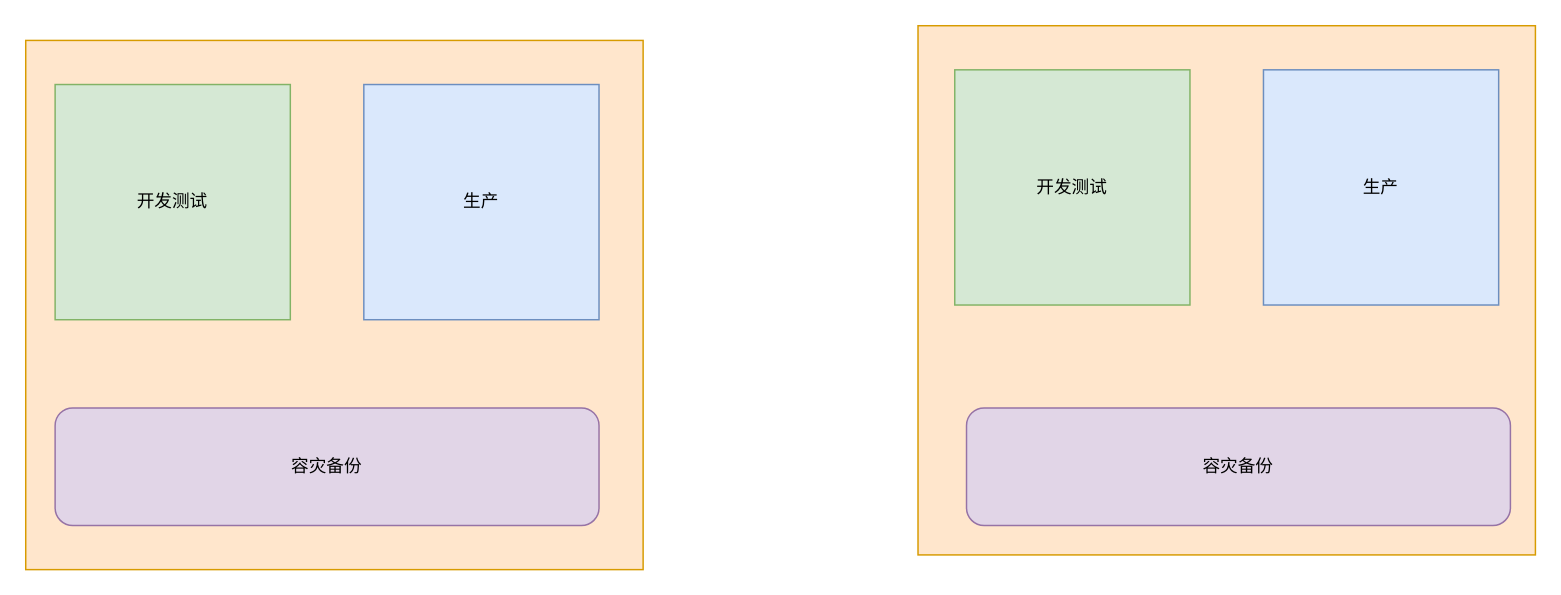
This is Untitled Diagram.drawio from ChangeSub/BoyHan, a draw.io file, before an edit. Source tidied: cells renumbered, new cells numbered last; positions are measured from the earlier drawing's top-left corner, leaving out a move shared by most shapes. Both pictures are drawn from the tidied source at 147%, with x=0, y=0 at pixel (25, 25).
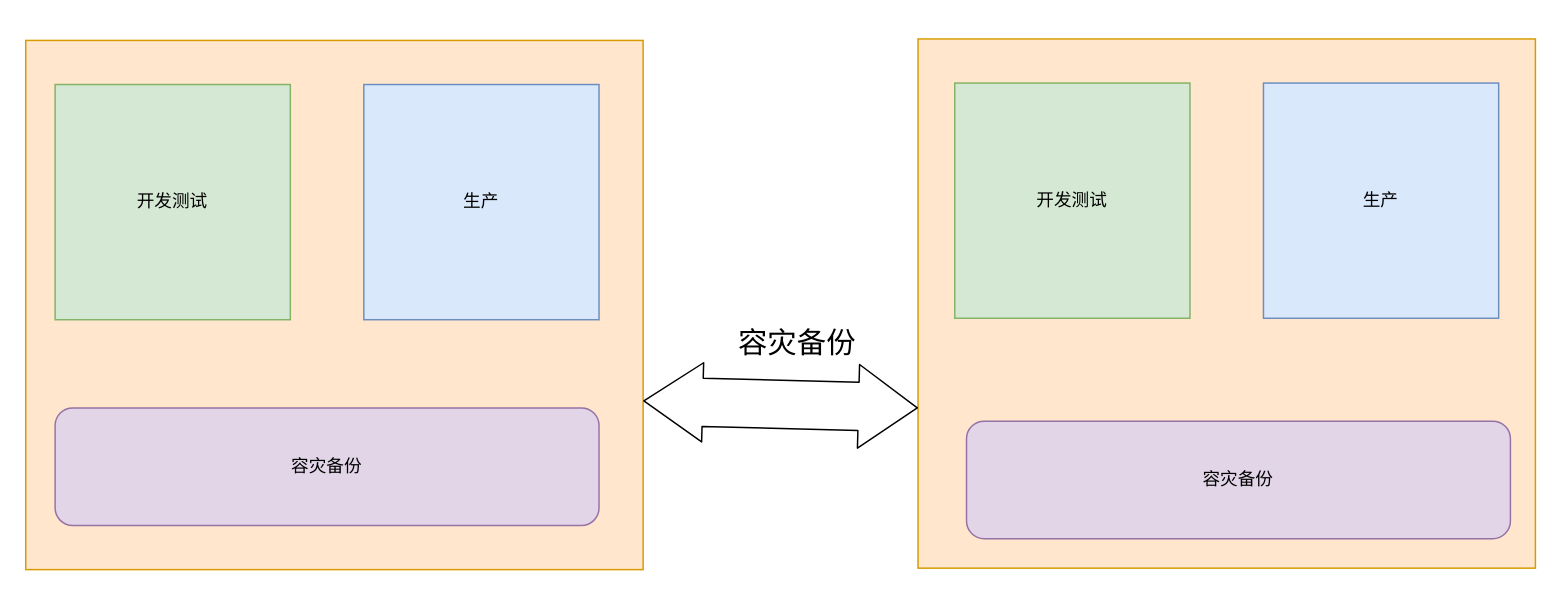
After the change.

Diff of the diagram source:
```diff
@@
 <mxGraphModel>
   <root>
     <mxCell id="0" />
     <mxCell id="1" parent="0" />
     <mxCell id="2" style="rounded=0;whiteSpace=wrap;html=1;fillColor=#ffe6cc;strokeColor=#d79b00;" parent="1" vertex="1">
       <mxGeometry y="10" width="420" height="360" as="geometry" />
     </mxCell>
     <mxCell id="3" style="rounded=0;whiteSpace=wrap;html=1;fillColor=#ffe6cc;strokeColor=#d79b00;" parent="1" vertex="1">
-      <mxGeometry x="607" width="420" height="360" as="geometry" />
+      <mxGeometry x="607" y="9" width="420" height="360" as="geometry" />
     </mxCell>
     <mxCell id="4" value="开发测试" style="whiteSpace=wrap;html=1;fillColor=#d5e8d4;strokeColor=#82b366;" parent="1" vertex="1">
       <mxGeometry x="20" y="40" width="160" height="160" as="geometry" />
     </mxCell>
     <mxCell id="5" value="生产" style="whiteSpace=wrap;html=1;fillColor=#dae8fc;strokeColor=#6c8ebf;" parent="1" vertex="1">
       <mxGeometry x="230" y="40" width="160" height="160" as="geometry" />
     </mxCell>
     <mxCell id="6" value="开发测试" style="whiteSpace=wrap;html=1;fillColor=#d5e8d4;strokeColor=#82b366;" parent="1" vertex="1">
-      <mxGeometry x="632" y="30" width="160" height="160" as="geometry" />
+      <mxGeometry x="632" y="39" width="160" height="160" as="geometry" />
     </mxCell>
     <mxCell id="7" value="生产" style="whiteSpace=wrap;html=1;fillColor=#dae8fc;strokeColor=#6c8ebf;" parent="1" vertex="1">
-      <mxGeometry x="842" y="30" width="160" height="160" as="geometry" />
+      <mxGeometry x="842" y="39" width="160" height="160" as="geometry" />
     </mxCell>
     <mxCell id="8" value="容灾备份" style="rounded=1;whiteSpace=wrap;html=1;fillColor=#e1d5e7;strokeColor=#9673a6;" parent="1" vertex="1">
       <mxGeometry x="20" y="260" width="370" height="80" as="geometry" />
     </mxCell>
     <mxCell id="9" value="容灾备份" style="rounded=1;whiteSpace=wrap;html=1;fillColor=#e1d5e7;strokeColor=#9673a6;" parent="1" vertex="1">
-      <mxGeometry x="640" y="260" width="370" height="80" as="geometry" />
+      <mxGeometry x="640" y="269" width="370" height="80" as="geometry" />
     </mxCell>
+    <mxCell id="10" style="shape=flexArrow;endArrow=classic;startArrow=classic;html=1;exitX=1;exitY=0.681;exitDx=0;exitDy=0;exitPerimeter=0;entryX=0;entryY=0.697;entryDx=0;entryDy=0;entryPerimeter=0;strokeWidth=1;width=32.85714285714286;startSize=13;endWidth=23.061224489795915;endSize=13;" parent="1" edge="1" source="2" target="3">
+      <mxGeometry relative="1" as="geometry" />
+    </mxCell>
+    <mxCell id="11" value="容灾备份" style="text;html=1;strokeColor=none;fillColor=none;align=center;verticalAlign=middle;whiteSpace=wrap;rounded=0;fontSize=20;" parent="1" vertex="1">
+      <mxGeometry x="480" y="200" width="90" height="30" as="geometry" />
+    </mxCell>
   </root>
 </mxGraphModel>
```
